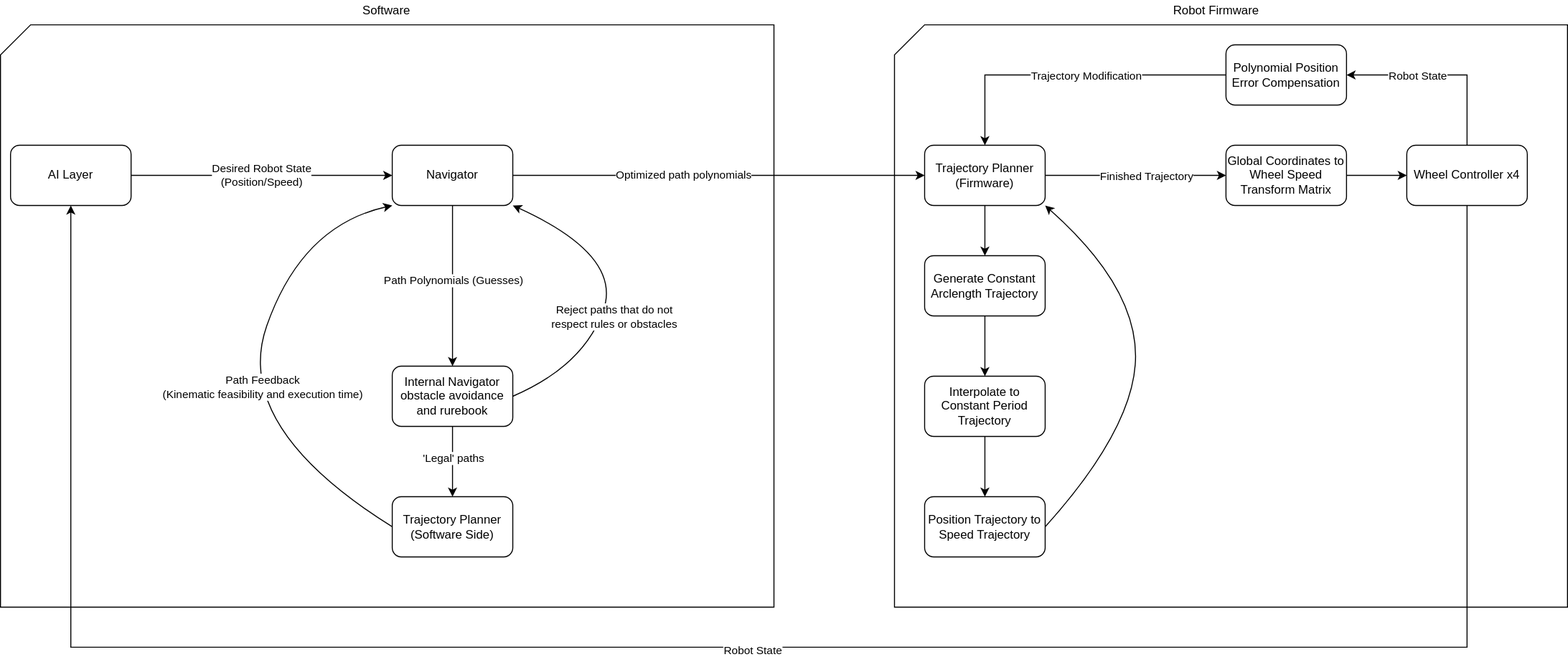
The draw.io diagram docs/images/ControlStock.svg in UBC-Thunderbots/Software, before a commit. Source tidied: cells renumbered, new cells last; positions are measured from the earlier drawing's top-left corner, leaving out a move shared by most shapes.
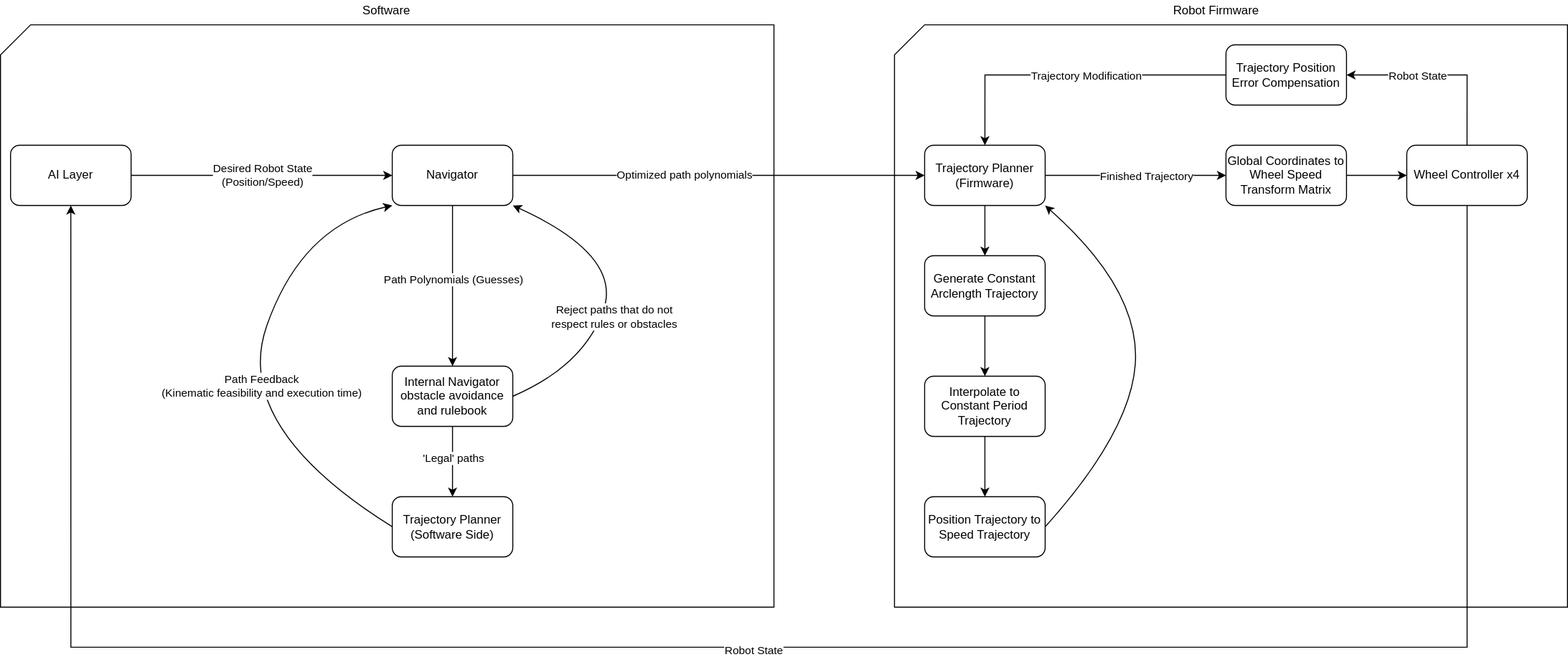
After the commit.

Commit message:
Fixed PR spelling errors

What changed in the source:
```diff
@@ -59,7 +59,7 @@
         </Array>
       </mxGeometry>
     </mxCell>
-    <mxCell id="15" value="Internal Navigator obstacle avoidance and rurebook" style="rounded=1;whiteSpace=wrap;html=1;" parent="1" vertex="1">
+    <mxCell id="15" value="Internal Navigator obstacle avoidance and rulebook" style="rounded=1;whiteSpace=wrap;html=1;" parent="1" vertex="1">
       <mxGeometry x="390" y="364" width="120" height="60" as="geometry" />
     </mxCell>
     <mxCell id="16" style="curved=1;endArrow=classic;html=1;exitX=1;exitY=0.5;exitDx=0;exitDy=0;entryX=1;entryY=1;entryDx=0;entryDy=0;" parent="1" edge="1" source="15" target="5">
@@ -155,7 +155,7 @@
         <mxPoint x="-4.3" y="-2" as="offset" />
       </mxGeometry>
     </mxCell>
-    <mxCell id="38" value="Polynomial Position Error Compensation" style="rounded=1;whiteSpace=wrap;html=1;" parent="1" vertex="1">
+    <mxCell id="38" value="Trajectory Position Error Compensation" style="rounded=1;whiteSpace=wrap;html=1;" parent="1" vertex="1">
       <mxGeometry x="1220" y="44" width="120" height="60" as="geometry" />
     </mxCell>
     <mxCell id="39" value="Robot Firmware" style="text;html=1;align=center;verticalAlign=middle;" parent="1" vertex="1">
```
